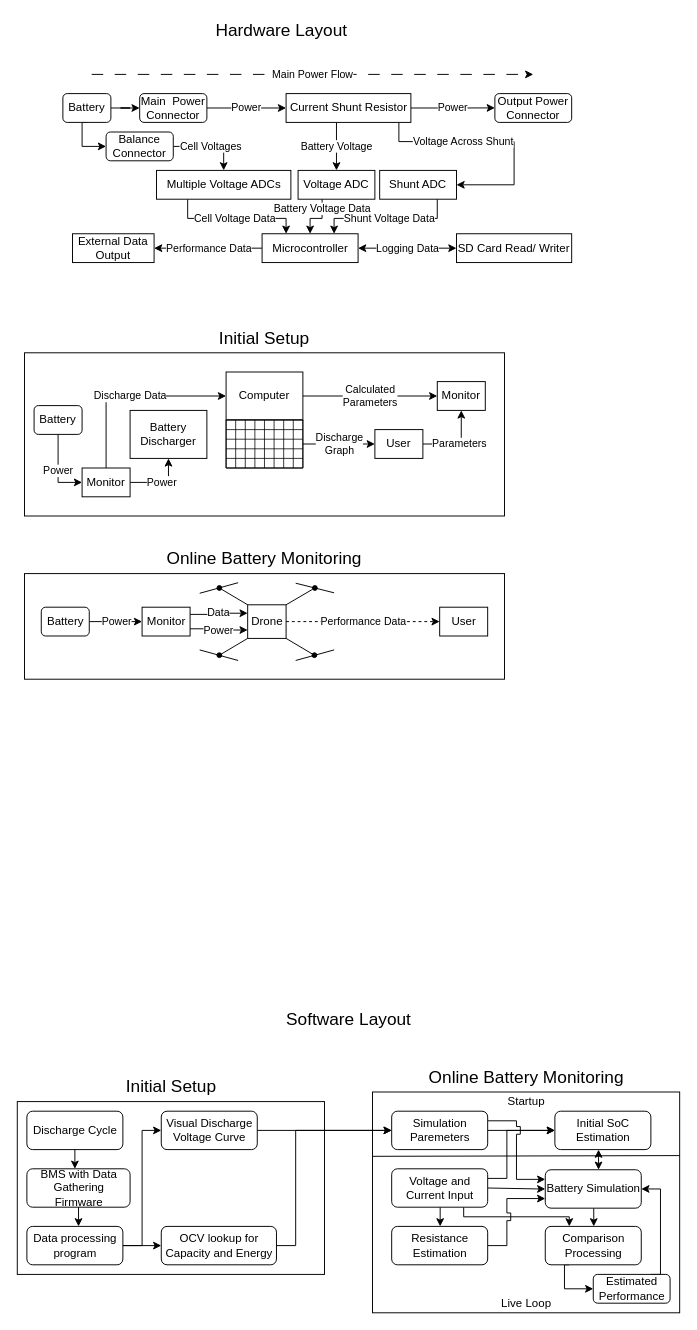
This is dissertation/Block Diagram.drawio from karl03/predictive-bms, a draw.io file, before an edit. Source tidied: cells renumbered, new cells numbered last; positions are measured from the earlier drawing's top-left corner, leaving out a move shared by most shapes. Both pictures are drawn from the tidied source at 96%, with x=0, y=0 at pixel (16, 16).
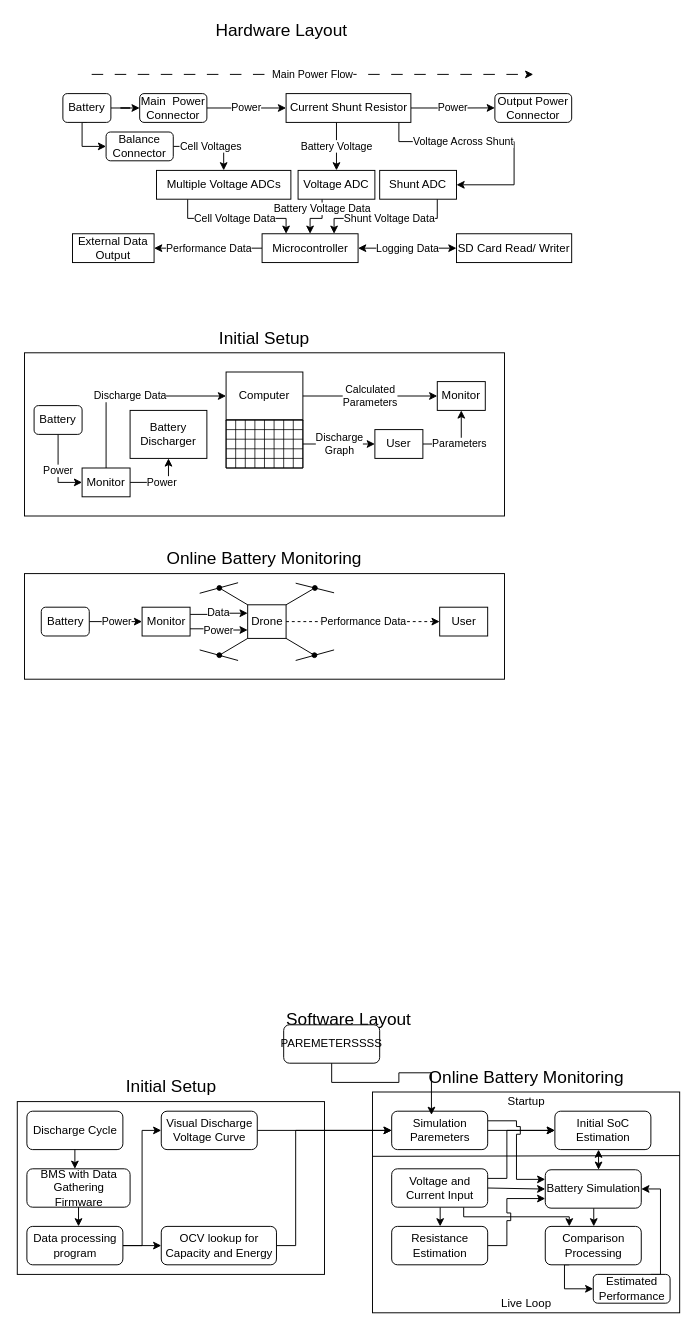
The same diagram, later.

Commit message (it also covers changes not shown here):
Update timelog, diagram, add dissertation backup

Unchanged cells that the change refers to:
```xml
<mxCell id="32" value="Startup" style="text;html=1;strokeColor=none;fillColor=none;align=center;verticalAlign=middle;whiteSpace=wrap;rounded=0;" parent="1" vertex="1">
  <mxGeometry x="370.5" y="1120" width="320" height="20" as="geometry" />
</mxCell>
```

Change to the diagram source:
```diff
@@
+    <mxCell id="110" value="PAREMETERSSSS" style="rounded=1;whiteSpace=wrap;html=1;" parent="1" vertex="1">
+      <mxGeometry x="278" y="1050" width="100" height="40" as="geometry" />
+    </mxCell>
+    <mxCell id="111" style="edgeStyle=orthogonalEdgeStyle;rounded=0;jettySize=auto;html=1;entryX=0.192;entryY=1.194;entryDx=0;entryDy=0;entryPerimeter=0;" parent="1" edge="1" source="110" target="32">
+      <mxGeometry relative="1" as="geometry" />
+    </mxCell>
```
